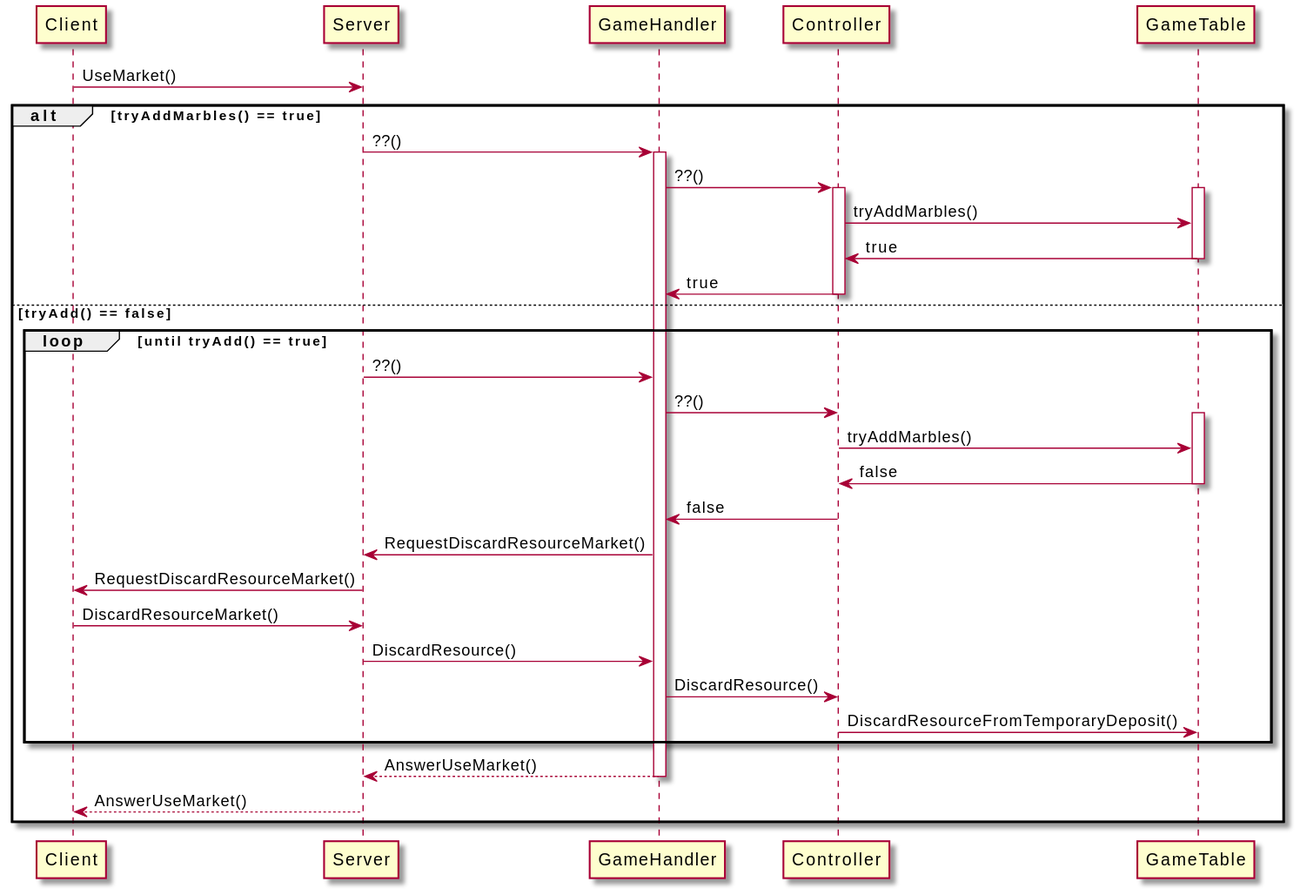
marcofasa/ing-sw-2021-Fasanella-Maggioni-Manini keeps this PlantUML diagram as InitialSqDiagram/market.svg. Above is the earlier version.
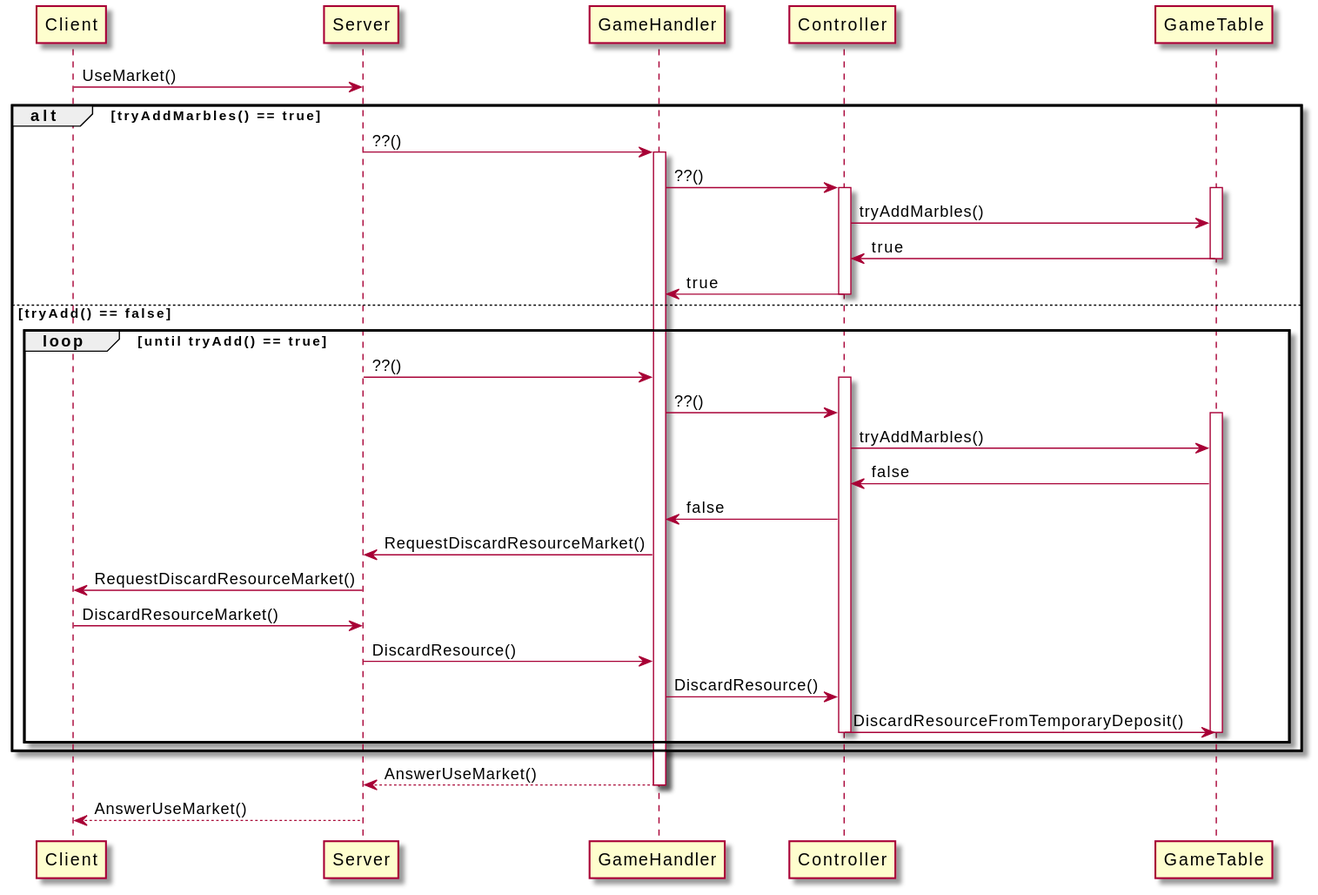
After the commit.

What changed in the source:
```diff
@@ -8,30 +8,29 @@
 
             GameHandler-> Controller: ??()
             activate Controller
-activate GameTable
+            activate GameTable
             Controller-> GameTable: tryAddMarbles()
             Controller<- GameTable: true
-           deactivate GameTable
-
+            deactivate GameTable
             Controller -> GameHandler: true
-deactivate Controller
+            deactivate Controller
 
 
 else tryAdd() == false
         loop until tryAdd() == true
-Server-> GameHandler: ??()
+            Server-> GameHandler: ??()
 
-
+            activate Controller
             GameHandler-> Controller: ??()
 
-activate GameTable
+            activate GameTable
             Controller-> GameTable: tryAddMarbles()
             Controller<- GameTable: false
-deactivate GameTable
+
 
             Controller -> GameHandler: false
 
-GameHandler->Server: RequestDiscardResourceMarket()
+            GameHandler->Server: RequestDiscardResourceMarket()
             Client<- Server: RequestDiscardResourceMarket()
 
             Client-> Server: DiscardResourceMarket()
@@ -43,16 +42,15 @@
 
 
             Controller-> GameTable: DiscardResourceFromTemporaryDeposit()
-
+            deactivate GameTable
+            deactivate Controller
 
 
         end
-            Server<-- GameHandler: AnswerUseMarket()
+end
+Server<-- GameHandler: AnswerUseMarket()
 
-             deactivate GameHandler
+deactivate GameHandler
 
-            Client<-- Server: AnswerUseMarket()
-
-
-end
+Client<-- Server: AnswerUseMarket()
 @enduml
```
